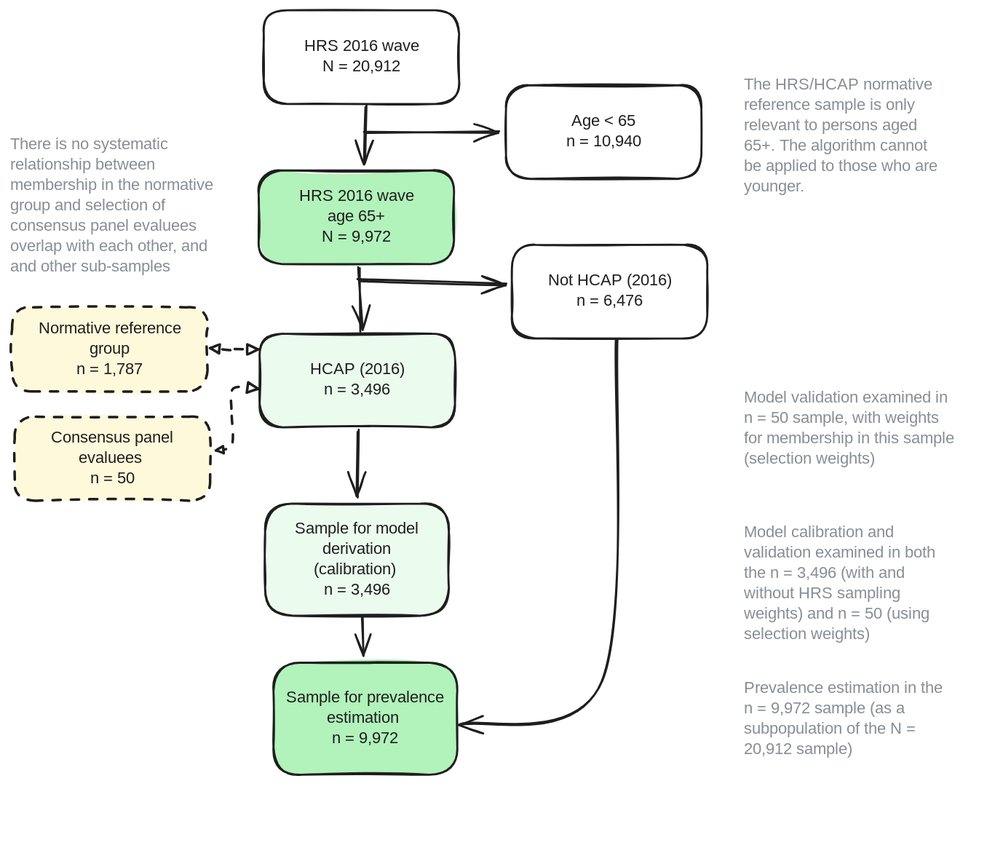
The Excalidraw diagram R/excalidraw/PMM-031-STROBE_Diagram.excalidraw.svg in dougtommet/HRS_cog_classification, before a commit. Source tidied: one line per element, renumbered; positions are measured from the earlier drawing's top-left corner, leaving out a move shared by most shapes.
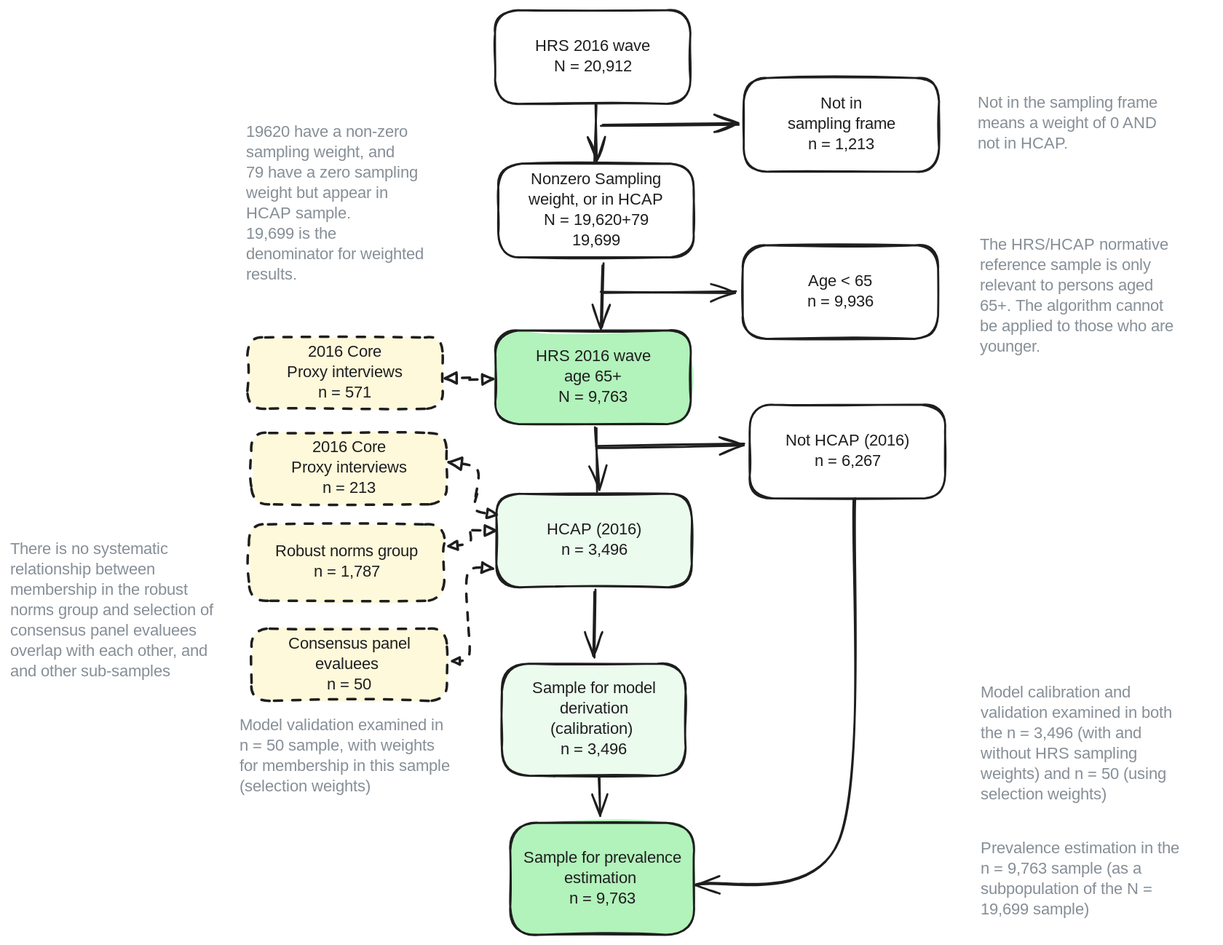
The same diagram one commit later.

What changed in the source:
```diff
@@ -1,34 +1,50 @@
-{"id": 0, "type": "rectangle", "strokeColor": "#1e1e1e", "strokeWidth": 2, "roughness": 1, "round": true, "x": 249, "y": 0, "width": 192, "height": 92}
-{"id": 1, "type": "text", "text": "ΗRS 2016 wave\nN = 20,912", "strokeColor": "#1e1e1e", "strokeWidth": 2, "roughness": 1, "fontSize": 16, "fontFamily": 5, "textAlign": "center", "verticalAlign": "middle", "inside": 0, "x": 285, "y": 26, "width": 119, "height": 40}
 {"id": 2, "type": "rectangle", "strokeColor": "#1e1e1e", "backgroundColor": "#ebfbee", "fillStyle": "solid", "strokeWidth": 2, "roughness": 1, "round": true, "x": 245, "y": 317, "width": 192, "height": 92}
 {"id": 3, "type": "text", "text": "HCAP (2016)\nn = 3,496", "strokeColor": "#1e1e1e", "strokeWidth": 2, "roughness": 1, "fontSize": 16, "fontFamily": 5, "textAlign": "center", "verticalAlign": "middle", "inside": 2, "x": 291, "y": 343, "width": 100, "height": 40}
-{"id": 4, "type": "arrow", "strokeColor": "#1e1e1e", "strokeWidth": 2, "roughness": 1, "endArrowhead": "arrow", "round": true, "from": 0, "to": 12, "x": 349, "y": 94, "width": 0, "height": 56, "points": [[0, 0], [0, 56]]}
+{"id": 4, "type": "arrow", "strokeColor": "#1e1e1e", "strokeWidth": 2, "roughness": 1, "endArrowhead": "arrow", "round": true, "to": 12, "x": 349, "y": 92, "width": 0, "height": 62, "points": [[0, 0], [0, 62]]}
-{"id": 5, "type": "rectangle", "strokeColor": "#1e1e1e", "strokeWidth": 2, "roughness": 1, "round": true, "x": 492, "y": 230, "width": 192, "height": 92}
+{"id": 5, "type": "rectangle", "strokeColor": "#1e1e1e", "strokeWidth": 2, "roughness": 1, "round": true, "x": 493, "y": 230, "width": 192, "height": 92}
-{"id": 6, "type": "text", "text": "Not HCAP (2016)\nn = 6,476", "strokeColor": "#1e1e1e", "strokeWidth": 2, "roughness": 1, "fontSize": 16, "fontFamily": 5, "textAlign": "center", "verticalAlign": "middle", "inside": 5, "x": 521, "y": 256, "width": 134, "height": 40}
+{"id": 6, "type": "text", "text": "Not HCAP (2016)\nn = 6,267", "strokeColor": "#1e1e1e", "strokeWidth": 2, "roughness": 1, "fontSize": 16, "fontFamily": 5, "textAlign": "center", "verticalAlign": "middle", "inside": 5, "x": 522, "y": 256, "width": 134, "height": 40}
-{"id": 7, "type": "arrow", "strokeColor": "#1e1e1e", "strokeWidth": 2, "roughness": 1, "endArrowhead": "arrow", "round": true, "from": 12, "to": 5, "x": 341, "y": 265, "width": 145, "height": 3, "points": [[0, 0], [145, 3]]}
+{"id": 7, "type": "arrow", "strokeColor": "#1e1e1e", "strokeWidth": 2, "roughness": 1, "endArrowhead": "arrow", "round": true, "from": 12, "to": 5, "x": 343, "y": 272, "width": 144, "height": 3, "points": [[0, 0], [144, -3]]}
 {"id": 8, "type": "arrow", "strokeColor": "#1e1e1e", "strokeWidth": 2, "roughness": 1, "endArrowhead": "arrow", "round": true, "from": 2, "x": 341, "y": 412, "width": 0, "height": 65, "points": [[0, 0], [0, 65]]}
 {"id": 9, "type": "arrow", "strokeColor": "#1e1e1e", "strokeWidth": 2, "roughness": 1, "endArrowhead": "arrow", "round": true, "x": 345, "y": 589, "width": 1, "height": 44, "points": [[0, 0], [1, 44]]}
 {"id": 10, "type": "rectangle", "strokeColor": "#1e1e1e", "strokeWidth": 2, "roughness": 1, "round": true, "x": 487, "y": 74, "width": 192, "height": 92}
-{"id": 11, "type": "text", "text": "Age < 65\nn = 10,940", "strokeColor": "#1e1e1e", "strokeWidth": 2, "roughness": 1, "fontSize": 16, "fontFamily": 5, "textAlign": "center", "verticalAlign": "middle", "inside": 10, "x": 542, "y": 99, "width": 80, "height": 40}
+{"id": 11, "type": "text", "text": "Age < 65\nn = 9,936", "strokeColor": "#1e1e1e", "strokeWidth": 2, "roughness": 1, "fontSize": 16, "fontFamily": 5, "textAlign": "center", "verticalAlign": "middle", "inside": 10, "x": 546, "y": 99, "width": 73, "height": 40}
 {"id": 12, "type": "rectangle", "strokeColor": "#1e1e1e", "backgroundColor": "#b2f2bb", "fillStyle": "solid", "strokeWidth": 2, "roughness": 1, "round": true, "x": 244, "y": 157, "width": 192, "height": 92}
-{"id": 13, "type": "text", "text": "ΗRS 2016 wave\nage 65+\nN = 9,972", "strokeColor": "#1e1e1e", "strokeWidth": 2, "roughness": 1, "fontSize": 16, "fontFamily": 5, "textAlign": "center", "verticalAlign": "middle", "inside": 12, "x": 280, "y": 173, "width": 119, "height": 60}
+{"id": 13, "type": "text", "text": "ΗRS 2016 wave\nage 65+\nN = 9,763", "strokeColor": "#1e1e1e", "strokeWidth": 2, "roughness": 1, "fontSize": 16, "fontFamily": 5, "textAlign": "center", "verticalAlign": "middle", "inside": 12, "x": 280, "y": 173, "width": 119, "height": 60}
 {"id": 14, "type": "arrow", "strokeColor": "#1e1e1e", "backgroundColor": "#b2f2bb", "fillStyle": "solid", "strokeWidth": 2, "roughness": 1, "endArrowhead": "arrow", "round": true, "to": 10, "x": 347, "y": 120, "width": 133, "height": 2, "points": [[0, 0], [133, -2]]}
 {"id": 15, "type": "arrow", "strokeColor": "#1e1e1e", "backgroundColor": "#b2f2bb", "fillStyle": "solid", "strokeWidth": 2, "roughness": 1, "endArrowhead": "arrow", "round": true, "from": 12, "to": 2, "x": 343, "y": 253, "width": 1, "height": 62, "points": [[0, 0], [1, 62]]}
 {"id": 16, "type": "rectangle", "strokeColor": "#1e1e1e", "backgroundColor": "#ebfbee", "fillStyle": "solid", "strokeWidth": 2, "roughness": 1, "round": true, "x": 250, "y": 484, "width": 180, "height": 110}
 {"id": 17, "type": "text", "text": "Sample for model\nderivation\n(calibration) \nn = 3,496", "strokeColor": "#1e1e1e", "strokeWidth": 2, "roughness": 1, "fontSize": 16, "fontFamily": 5, "textAlign": "center", "verticalAlign": "middle", "inside": 16, "x": 276, "y": 499, "width": 130, "height": 80}
 {"id": 18, "type": "rectangle", "strokeColor": "#1e1e1e", "backgroundColor": "#b2f2bb", "fillStyle": "solid", "strokeWidth": 2, "roughness": 1, "round": true, "x": 258, "y": 640, "width": 180, "height": 110}
-{"id": 19, "type": "text", "text": "Sample for prevalence\nestimation \nn = 9,972", "strokeColor": "#1e1e1e", "strokeWidth": 2, "roughness": 1, "fontSize": 16, "fontFamily": 5, "textAlign": "center", "verticalAlign": "middle", "inside": 18, "x": 266, "y": 665, "width": 165, "height": 60}
+{"id": 19, "type": "text", "text": "Sample for prevalence\nestimation \nn = 9,763", "strokeColor": "#1e1e1e", "strokeWidth": 2, "roughness": 1, "fontSize": 16, "fontFamily": 5, "textAlign": "center", "verticalAlign": "middle", "inside": 18, "x": 266, "y": 665, "width": 165, "height": 60}
-{"id": 20, "type": "text", "text": "The HRS/HCAP normative\nreference sample is only\nrelevant to persons aged\n65+. The algorithm cannot\nbe applied to those who are\nyounger.", "strokeColor": "#868e96", "backgroundColor": "#b2f2bb", "fillStyle": "solid", "strokeWidth": 2, "roughness": 1, "fontSize": 16, "fontFamily": 5, "x": 720, "y": 64, "width": 228, "height": 120}
+{"id": 20, "type": "text", "text": "The HRS/HCAP normative\nreference sample is only\nrelevant to persons aged\n65+. The algorithm cannot\nbe applied to those who are\nyounger.", "strokeColor": "#868e96", "backgroundColor": "#b2f2bb", "fillStyle": "solid", "strokeWidth": 2, "roughness": 1, "fontSize": 16, "fontFamily": 5, "x": 719, "y": 64, "width": 228, "height": 120}
-{"id": 21, "type": "rectangle", "strokeColor": "#1e1e1e", "backgroundColor": "#fff9db", "fillStyle": "solid", "strokeWidth": 2, "strokeStyle": "dashed", "roughness": 1, "round": true, "x": 2, "y": 291, "width": 192, "height": 82}
+{"id": 21, "type": "rectangle", "strokeColor": "#1e1e1e", "backgroundColor": "#fff9db", "fillStyle": "solid", "strokeWidth": 2, "strokeStyle": "dashed", "roughness": 1, "round": true, "x": 2, "y": 347, "width": 192, "height": 75}
-{"id": 22, "type": "text", "text": "Normative reference\ngroup\nn = 1,787", "strokeColor": "#1e1e1e", "strokeWidth": 2, "roughness": 1, "fontSize": 16, "fontFamily": 5, "textAlign": "center", "verticalAlign": "middle", "inside": 21, "x": 21, "y": 303, "width": 154, "height": 60}
+{"id": 22, "type": "text", "text": "Robust norms group\nn = 1,787", "strokeColor": "#1e1e1e", "strokeWidth": 2, "roughness": 1, "fontSize": 16, "fontFamily": 5, "textAlign": "center", "verticalAlign": "middle", "inside": 21, "x": 20, "y": 365, "width": 156, "height": 40}
-{"id": 23, "type": "arrow", "strokeColor": "#1e1e1e", "backgroundColor": "#fff9db", "fillStyle": "solid", "strokeWidth": 2, "strokeStyle": "dashed", "roughness": 1, "endArrowhead": "triangle_outline", "round": true, "to": 2, "x": 220, "y": 332, "width": 23, "height": 0, "points": [[0, 0], [23, 0]]}
+{"id": 23, "type": "arrow", "strokeColor": "#1e1e1e", "backgroundColor": "#fff9db", "fillStyle": "solid", "strokeWidth": 2, "strokeStyle": "dashed", "roughness": 1, "endArrowhead": "triangle_outline", "round": true, "to": 2, "x": 221, "y": 353, "width": 23, "height": 0, "points": [[0, 0], [23, 0]]}
-{"id": 24, "type": "arrow", "strokeColor": "#1e1e1e", "backgroundColor": "#fff9db", "fillStyle": "solid", "strokeWidth": 2, "strokeStyle": "dashed", "roughness": 1, "endArrowhead": "triangle_outline", "round": true, "to": 21, "x": 216, "y": 333, "width": 20, "height": 1, "points": [[0, 0], [-20, -1]]}
+{"id": 24, "type": "arrow", "strokeColor": "#1e1e1e", "backgroundColor": "#fff9db", "fillStyle": "solid", "strokeWidth": 2, "strokeStyle": "dashed", "roughness": 1, "endArrowhead": "triangle_outline", "round": true, "to": 21, "x": 220, "y": 355, "width": 22, "height": 14, "points": [[0, 0], [-2, 12], [-22, 14]]}
-{"id": 25, "type": "text", "text": "There is no systematic\nrelationship between\nmembership in the normative\ngroup and selection of\nconsensus panel evaluees\noverlap with each other, and\nand other sub-samples", "strokeColor": "#868e96", "backgroundColor": "#b2f2bb", "fillStyle": "solid", "strokeWidth": 2, "roughness": 1, "fontSize": 16, "fontFamily": 5, "x": 0, "y": 122, "width": 228, "height": 140}
+{"id": 25, "type": "text", "text": "There is no systematic\nrelationship between\nmembership in the robust\nnorms group and selection of\nconsensus panel evaluees\noverlap with each other, and\nand other sub-samples", "strokeColor": "#868e96", "backgroundColor": "#b2f2bb", "fillStyle": "solid", "strokeWidth": 2, "roughness": 1, "fontSize": 16, "fontFamily": 5, "x": -232, "y": 362, "width": 228, "height": 140}
-{"id": 26, "type": "rectangle", "strokeColor": "#1e1e1e", "backgroundColor": "#fff9db", "fillStyle": "solid", "strokeWidth": 2, "strokeStyle": "dashed", "roughness": 1, "round": true, "x": 5, "y": 399, "width": 192, "height": 82}
+{"id": 26, "type": "rectangle", "strokeColor": "#1e1e1e", "backgroundColor": "#fff9db", "fillStyle": "solid", "strokeWidth": 2, "strokeStyle": "dashed", "roughness": 1, "round": true, "x": 5, "y": 450, "width": 192, "height": 71}
-{"id": 27, "type": "text", "text": "Consensus panel\nevaluees \nn = 50", "strokeColor": "#1e1e1e", "strokeWidth": 2, "roughness": 1, "fontSize": 16, "fontFamily": 5, "textAlign": "center", "verticalAlign": "middle", "inside": 26, "x": 38, "y": 410, "width": 125, "height": 60}
+{"id": 27, "type": "text", "text": "Consensus panel\nevaluees \nn = 50", "strokeColor": "#1e1e1e", "strokeWidth": 2, "roughness": 1, "fontSize": 16, "fontFamily": 5, "textAlign": "center", "verticalAlign": "middle", "inside": 26, "x": 38, "y": 455, "width": 125, "height": 60}
-{"id": 28, "type": "arrow", "strokeColor": "#1e1e1e", "backgroundColor": "#fff9db", "fillStyle": "solid", "strokeWidth": 2, "strokeStyle": "dashed", "roughness": 1, "endArrowhead": "triangle_outline", "round": true, "to": 2, "x": 217, "y": 391, "width": 27, "height": 21, "points": [[0, 0], [2, -21], [27, -19]]}
+{"id": 28, "type": "arrow", "strokeColor": "#1e1e1e", "backgroundColor": "#fff9db", "fillStyle": "solid", "strokeWidth": 2, "strokeStyle": "dashed", "roughness": 1, "endArrowhead": "triangle_outline", "round": true, "to": 2, "x": 217, "y": 442, "width": 24, "height": 51, "points": [[0, 0], [1, -48], [24, -51]]}
-{"id": 29, "type": "arrow", "strokeColor": "#1e1e1e", "backgroundColor": "#fff9db", "fillStyle": "solid", "strokeWidth": 2, "strokeStyle": "dashed", "roughness": 1, "endArrowhead": "triangle_outline", "round": true, "to": 26, "x": 218, "y": 398, "width": 16, "height": 34, "points": [[0, 0], [0, 29], [-16, 34]]}
+{"id": 29, "type": "arrow", "strokeColor": "#1e1e1e", "backgroundColor": "#fff9db", "fillStyle": "solid", "strokeWidth": 2, "strokeStyle": "dashed", "roughness": 1, "endArrowhead": "triangle_outline", "round": true, "to": 26, "x": 218, "y": 449, "width": 16, "height": 32, "points": [[0, 0], [0, 29], [-16, 32]]}
-{"id": 30, "type": "arrow", "strokeColor": "#1e1e1e", "strokeWidth": 2, "roughness": 1, "endArrowhead": "arrow", "round": true, "from": 5, "to": 18, "x": 595, "y": 323, "width": 155, "height": 378, "points": [[0, 0], [-14, 334], [-155, 378]]}
+{"id": 30, "type": "arrow", "strokeColor": "#1e1e1e", "strokeWidth": 2, "roughness": 1, "endArrowhead": "arrow", "round": true, "from": 5, "to": 18, "x": 596, "y": 323, "width": 156, "height": 379, "points": [[0, 0], [-15, 335], [-156, 379]]}
-{"id": 31, "type": "text", "text": "Model validation examined in \nn = 50 sample, with weights\nfor membership in this sample\n(selection weights)", "strokeColor": "#868e96", "backgroundColor": "#b2f2bb", "fillStyle": "solid", "strokeWidth": 2, "roughness": 1, "fontSize": 16, "fontFamily": 5, "x": 720, "y": 371, "width": 228, "height": 80}
+{"id": 31, "type": "text", "text": "Model validation examined in \nn = 50 sample, with weights\nfor membership in this sample\n(selection weights)", "strokeColor": "#868e96", "backgroundColor": "#b2f2bb", "fillStyle": "solid", "strokeWidth": 2, "roughness": 1, "fontSize": 16, "fontFamily": 5, "x": -7, "y": 536, "width": 228, "height": 80}
-{"id": 32, "type": "text", "text": "Prevalence estimation in the\nn = 9,972 sample (as a\nsubpopulation of the N =\n20,912 sample)", "strokeColor": "#868e96", "backgroundColor": "#b2f2bb", "fillStyle": "solid", "strokeWidth": 2, "roughness": 1, "fontSize": 16, "fontFamily": 5, "x": 720, "y": 656, "width": 228, "height": 80}
+{"id": 32, "type": "text", "text": "Prevalence estimation in the\nn = 9,763 sample (as a\nsubpopulation of the N =\n19,699 sample)", "strokeColor": "#868e96", "backgroundColor": "#b2f2bb", "fillStyle": "solid", "strokeWidth": 2, "roughness": 1, "fontSize": 16, "fontFamily": 5, "x": 720, "y": 656, "width": 228, "height": 80}
 {"id": 33, "type": "text", "text": "Model calibration and\nvalidation examined in both\nthe n = 3,496 (with and\nwithout HRS sampling\nweights) and n = 50 (using\nselection weights) ", "strokeColor": "#868e96", "backgroundColor": "#b2f2bb", "fillStyle": "solid", "strokeWidth": 2, "roughness": 1, "fontSize": 16, "fontFamily": 5, "x": 720, "y": 503, "width": 228, "height": 120}
+{"id": 34, "type": "rectangle", "strokeColor": "#1e1e1e", "strokeWidth": 2, "roughness": 1, "round": true, "x": 243, "y": -157, "width": 192, "height": 92}
+{"id": 1, "type": "text", "text": "ΗRS 2016 wave\nN = 20,912", "strokeColor": "#1e1e1e", "strokeWidth": 2, "roughness": 1, "fontSize": 16, "fontFamily": 5, "textAlign": "center", "verticalAlign": "middle", "inside": 34, "x": 280, "y": -131, "width": 119, "height": 40}
+{"id": 35, "type": "rectangle", "strokeColor": "#1e1e1e", "strokeWidth": 2, "roughness": 1, "round": true, "x": 247, "y": -7, "width": 192, "height": 92}
+{"id": 36, "type": "text", "text": "Nonzero Sampling\nweight, or in HCAP\nN = 19,620+79\n19,699", "strokeColor": "#1e1e1e", "strokeWidth": 2, "roughness": 1, "fontSize": 16, "fontFamily": 5, "textAlign": "center", "verticalAlign": "middle", "inside": 35, "x": 271, "y": -1, "width": 143, "height": 80}
+{"id": 37, "type": "rectangle", "strokeColor": "#1e1e1e", "strokeWidth": 2, "roughness": 1, "round": true, "x": 487, "y": -91, "width": 192, "height": 92}
+{"id": 38, "type": "text", "text": "Not in\nsampling frame\nn = 1,213", "strokeColor": "#1e1e1e", "strokeWidth": 2, "roughness": 1, "fontSize": 16, "fontFamily": 5, "textAlign": "center", "verticalAlign": "middle", "inside": 37, "x": 528, "y": -75, "width": 111, "height": 60}
+{"id": 39, "type": "arrow", "strokeColor": "#1e1e1e", "backgroundColor": "#b2f2bb", "fillStyle": "solid", "strokeWidth": 2, "roughness": 1, "endArrowhead": "arrow", "round": true, "to": 37, "x": 348, "y": -44, "width": 134, "height": 2, "points": [[0, 0], [134, -2]]}
+{"id": 40, "type": "arrow", "strokeColor": "#1e1e1e", "strokeWidth": 2, "roughness": 1, "endArrowhead": "arrow", "round": true, "from": 34, "to": 35, "x": 342, "y": -65, "width": 0, "height": 56, "points": [[0, 0], [0, 56]]}
+{"id": 41, "type": "text", "text": "19620 have a non-zero\nsampling weight, and\n79 have a zero sampling\nweight but appear in\nHCAP sample.\n19,699 is the\ndenominator for weighted\nresults.", "strokeColor": "#868e96", "strokeWidth": 2, "roughness": 1, "fontSize": 16, "fontFamily": 5, "x": -1, "y": -47, "width": 203, "height": 160}
+{"id": 42, "type": "rectangle", "strokeColor": "#1e1e1e", "backgroundColor": "#fff9db", "fillStyle": "solid", "strokeWidth": 2, "strokeStyle": "dashed", "roughness": 1, "round": true, "x": 0, "y": 164, "width": 192, "height": 70}
+{"id": 43, "type": "text", "text": "2016 Core\nProxy interviews\nn = 571", "strokeColor": "#1e1e1e", "strokeWidth": 2, "roughness": 1, "fontSize": 16, "fontFamily": 5, "textAlign": "center", "verticalAlign": "middle", "inside": 42, "x": 32, "y": 169, "width": 128, "height": 60}
+{"id": 44, "type": "rectangle", "strokeColor": "#1e1e1e", "backgroundColor": "#fff9db", "fillStyle": "solid", "strokeWidth": 2, "strokeStyle": "dashed", "roughness": 1, "round": true, "x": 4, "y": 258, "width": 192, "height": 70}
+{"id": 45, "type": "text", "text": "2016 Core\nProxy interviews\nn = 213", "strokeColor": "#1e1e1e", "strokeWidth": 2, "roughness": 1, "fontSize": 16, "fontFamily": 5, "textAlign": "center", "verticalAlign": "middle", "inside": 44, "x": 36, "y": 263, "width": 128, "height": 60}
+{"id": 46, "type": "arrow", "strokeColor": "#1e1e1e", "backgroundColor": "#fff9db", "fillStyle": "solid", "strokeWidth": 2, "strokeStyle": "dashed", "roughness": 1, "endArrowhead": "triangle_outline", "round": true, "x": 219, "y": 205, "width": 23, "height": 0, "points": [[0, 0], [23, 0]]}
+{"id": 47, "type": "arrow", "strokeColor": "#1e1e1e", "backgroundColor": "#fff9db", "fillStyle": "solid", "strokeWidth": 2, "strokeStyle": "dashed", "roughness": 1, "endArrowhead": "triangle_outline", "round": true, "to": 42, "x": 219, "y": 203, "width": 25, "height": 1, "points": [[0, 0], [-25, 1]]}
+{"id": 48, "type": "arrow", "strokeColor": "#1e1e1e", "backgroundColor": "#fff9db", "fillStyle": "solid", "strokeWidth": 2, "strokeStyle": "dashed", "roughness": 1, "endArrowhead": "triangle_outline", "round": true, "from": 2, "to": 2, "x": 226, "y": 317, "width": 20, "height": 21, "points": [[0, 0], [-2, 16], [19, 21]]}
+{"id": 49, "type": "arrow", "strokeColor": "#1e1e1e", "backgroundColor": "#fff9db", "fillStyle": "solid", "strokeWidth": 2, "strokeStyle": "dashed", "roughness": 1, "endArrowhead": "triangle_outline", "round": true, "from": 2, "to": 44, "x": 224, "y": 320, "width": 27, "height": 33, "points": [[0, 0], [1, -27], [-27, -33]]}
+{"id": 50, "type": "text", "text": "Not in the sampling frame\nmeans a weight of 0 AND\nnot in HCAP. ", "strokeColor": "#868e96", "backgroundColor": "#b2f2bb", "fillStyle": "solid", "strokeWidth": 2, "roughness": 1, "fontSize": 16, "fontFamily": 5, "x": 717, "y": -75, "width": 228, "height": 60}
```
